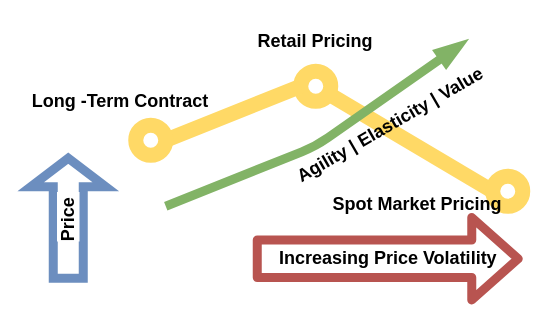
The draw.io diagram Cloud_pricing.drawio in miranda-zhang/draw.io, before the edit. Source tidied: cells renumbered, new cells numbered last; positions are measured from the earlier drawing's top-left corner, leaving out a move shared by most shapes. Both pictures are drawn from the tidied source at 150%, with x=0, y=0 at pixel (30, 26).
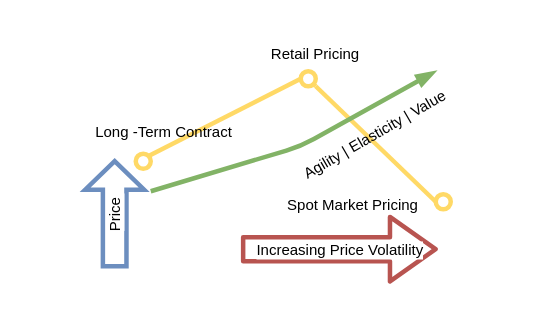
After the change.

What changed in the source:
```diff
@@
+    <mxCell id="16" value="Spot Market Pricing" style="text;html=1;strokeColor=none;fillColor=none;align=center;verticalAlign=middle;whiteSpace=wrap;rounded=0;fontSize=10;fontStyle=0;strokeWidth=3;" parent="1" vertex="1">
+      <mxGeometry x="160" y="107" width="110" height="24" as="geometry" />
+    </mxCell>
+    <mxCell id="10" style="group;fontStyle=0;strokeWidth=3;fontSize=10;" parent="1" vertex="1">
+      <mxGeometry x="30" y="90" width="258" height="70" as="geometry" />
+    </mxCell>
+    <mxCell id="11" value="Price&amp;nbsp;" style="html=1;align=center;verticalAlign=middle;shape=mxgraph.arrows2.arrow;dy=0.6;dx=19;direction=north;notch=0;flipV=0;horizontal=0;fontSize=10;fontStyle=0;rounded=1;labelBackgroundColor=#ffffff;endArrow=classic;endSize=8.33;strokeColor=#6c8ebf;strokeWidth=3;fillColor=none;" parent="10" vertex="1">
+      <mxGeometry x="6.3" width="39.3" height="70" as="geometry" />
+    </mxCell>
+    <mxCell id="12" value="Increasing Price Volatility" style="shape=flexArrow;endArrow=classic;html=1;endWidth=24;endSize=9.14;width=14;fontSize=10;fontStyle=0;fillColor=none;strokeColor=#b85450;strokeWidth=3;" parent="10" edge="1">
+      <mxGeometry relative="1" as="geometry">
+        <mxPoint x="110.1" y="58.6" as="sourcePoint" />
+        <mxPoint x="241.4" y="58.6" as="targetPoint" />
+      </mxGeometry>
+    </mxCell>
-    <mxCell id="2" style="endArrow=none;html=1;fontSize=12;spacing=0;comic=0;strokeWidth=10;strokeColor=#FFD966;fontStyle=1;" parent="1" edge="1" source="4">
+    <mxCell id="2" style="endArrow=none;html=1;fontSize=10;spacing=0;comic=0;strokeWidth=3;strokeColor=#FFD966;fontStyle=0;" parent="1" edge="1" source="4">
       <mxGeometry relative="1" as="geometry">
         <mxPoint x="190" y="40" as="targetPoint" />
       </mxGeometry>
     </mxCell>
-    <mxCell id="3" style="endArrow=none;html=1;fontSize=12;strokeColor=#FFD966;strokeWidth=10;spacing=0;fontStyle=1;entryX=0;entryY=0.5;entryDx=0;entryDy=0;" parent="1" edge="1" target="7">
+    <mxCell id="3" style="endArrow=none;html=1;fontSize=10;strokeColor=#FFD966;strokeWidth=3;spacing=0;fontStyle=0;entryX=0;entryY=0.5;entryDx=0;entryDy=0;" parent="1" edge="1" target="7">
       <mxGeometry relative="1" as="geometry">
         <mxPoint x="190" y="40" as="sourcePoint" />
       </mxGeometry>
     </mxCell>
-    <mxCell id="4" style="ellipse;whiteSpace=wrap;html=1;fontSize=12;rounded=1;strokeColor=#FFD966;strokeWidth=10;labelBackgroundColor=#ffffff;spacing=0;endArrow=none;fontStyle=1;" parent="1" vertex="1">
-      <mxGeometry x="180" y="30" width="20" height="20" as="geometry" />
+    <mxCell id="4" style="ellipse;whiteSpace=wrap;html=1;fontSize=10;rounded=1;strokeColor=#FFD966;strokeWidth=3;labelBackgroundColor=#ffffff;spacing=0;endArrow=none;fontStyle=0;" parent="1" vertex="1">
+      <mxGeometry x="180" y="30" width="10" height="10" as="geometry" />
     </mxCell>
-    <mxCell id="5" style="endArrow=none;html=1;fontSize=12;spacing=0;comic=0;strokeWidth=10;strokeColor=#FFD966;fontStyle=1;entryX=0;entryY=0.5;entryDx=0;entryDy=0;exitX=1;exitY=0.5;exitDx=0;exitDy=0;" parent="1" edge="1" source="6" target="4">
+    <mxCell id="5" style="endArrow=none;html=1;fontSize=10;spacing=0;comic=0;strokeWidth=3;strokeColor=#FFD966;fontStyle=0;entryX=0;entryY=0.5;entryDx=0;entryDy=0;exitX=1;exitY=0;exitDx=0;exitDy=0;" parent="1" edge="1" source="6" target="4">
       <mxGeometry relative="1" as="geometry" />
     </mxCell>
-    <mxCell id="6" style="ellipse;whiteSpace=wrap;html=1;fontSize=12;rounded=1;strokeColor=#FFD966;strokeWidth=10;labelBackgroundColor=#ffffff;spacing=0;endArrow=none;fontStyle=1;" parent="1" vertex="1">
-      <mxGeometry x="70" y="66" width="20" height="20" as="geometry" />
+    <mxCell id="6" style="ellipse;whiteSpace=wrap;html=1;fontSize=10;rounded=1;strokeColor=#FFD966;strokeWidth=3;labelBackgroundColor=#ffffff;spacing=0;endArrow=none;fontStyle=0;" parent="1" vertex="1">
+      <mxGeometry x="70" y="85" width="10" height="10" as="geometry" />
     </mxCell>
-    <mxCell id="7" style="ellipse;whiteSpace=wrap;html=1;fontSize=12;rounded=1;strokeColor=#FFD966;strokeWidth=10;labelBackgroundColor=#ffffff;spacing=0;endArrow=none;fontStyle=1;" parent="1" vertex="1">
-      <mxGeometry x="308" y="100" width="20" height="20" as="geometry" />
+    <mxCell id="7" style="ellipse;whiteSpace=wrap;html=1;fontSize=10;rounded=1;strokeColor=#FFD966;strokeWidth=3;labelBackgroundColor=#ffffff;spacing=0;endArrow=none;fontStyle=0;" parent="1" vertex="1">
+      <mxGeometry x="270" y="112" width="10" height="10" as="geometry" />
     </mxCell>
-    <mxCell id="8" value="Agility | Elasticity | Value" style="text;html=1;strokeColor=none;fillColor=none;align=center;verticalAlign=middle;whiteSpace=wrap;rounded=0;fontSize=12;rotation=-30;fontStyle=1;" parent="1" vertex="1">
-      <mxGeometry x="165" y="56" width="150" height="20" as="geometry" />
+    <mxCell id="8" value="Agility | Elasticity | Value" style="text;html=1;strokeColor=none;fillColor=none;align=center;verticalAlign=middle;whiteSpace=wrap;rounded=0;fontSize=10;rotation=-30;fontStyle=0;strokeWidth=3;" parent="1" vertex="1">
+      <mxGeometry x="167" y="62" width="125" height="20" as="geometry" />
     </mxCell>
-    <mxCell id="9" value="Long -Term Contract" style="text;html=1;strokeColor=none;fillColor=none;align=center;verticalAlign=middle;whiteSpace=wrap;rounded=0;fontSize=12;fontStyle=1;" parent="1" vertex="1">
-      <mxGeometry y="40" width="120" height="20" as="geometry" />
+    <mxCell id="9" value="Long -Term Contract" style="text;html=1;strokeColor=none;fillColor=none;align=center;verticalAlign=middle;whiteSpace=wrap;rounded=0;fontSize=10;fontStyle=0;strokeWidth=3;" parent="1" vertex="1">
+      <mxGeometry x="40" y="60" width="98" height="20" as="geometry" />
     </mxCell>
-    <mxCell id="10" style="group;fontStyle=1;" parent="1" vertex="1">
-      <mxGeometry y="88" width="328" height="80" as="geometry" />
-    </mxCell>
-    <mxCell id="11" value="Price&amp;nbsp;" style="html=1;align=center;verticalAlign=middle;shape=mxgraph.arrows2.arrow;dy=0.6;dx=19;direction=north;notch=0;flipV=0;horizontal=0;fontSize=12;fontStyle=1;rounded=1;labelBackgroundColor=#ffffff;endArrow=classic;endSize=8.33;strokeColor=#6c8ebf;strokeWidth=6;fillColor=#FFFFFF;" parent="10" vertex="1">
-      <mxGeometry width="50" height="80" as="geometry" />
-    </mxCell>
-    <mxCell id="12" value="Increasing Price Volatility" style="shape=flexArrow;endArrow=classic;html=1;endWidth=24;endSize=8.33;width=20;fontSize=12;fontStyle=1;fillColor=#FFFFFF;strokeColor=#b85450;strokeWidth=6;" parent="10" edge="1">
-      <mxGeometry relative="1" as="geometry">
-        <mxPoint x="148" y="67" as="sourcePoint" />
-        <mxPoint x="328" y="67" as="targetPoint" />
-      </mxGeometry>
-    </mxCell>
-    <mxCell id="13" style="group;fontStyle=1;" parent="1" vertex="1">
+    <mxCell id="13" style="group;fontStyle=0;strokeWidth=3;fontSize=10;" parent="1" vertex="1">
       <mxGeometry x="140" width="100" height="70" as="geometry" />
     </mxCell>
-    <mxCell id="14" value="Retail Pricing" style="text;html=1;strokeColor=none;fillColor=none;align=center;verticalAlign=middle;whiteSpace=wrap;rounded=0;fontSize=12;fontStyle=1;" parent="13" vertex="1">
-      <mxGeometry width="100" height="20" as="geometry" />
+    <mxCell id="14" value="Retail Pricing" style="text;html=1;strokeColor=none;fillColor=none;align=center;verticalAlign=middle;whiteSpace=wrap;rounded=0;fontSize=10;fontStyle=0;strokeWidth=3;" parent="13" vertex="1">
+      <mxGeometry y="8" width="100" height="20" as="geometry" />
     </mxCell>
-    <mxCell id="15" style="endArrow=blockThin;html=1;strokeColor=#82b366;strokeWidth=6;fillColor=#d5e8d4;fontSize=12;endFill=1;fontStyle=1;" parent="13" edge="1">
+    <mxCell id="15" style="endArrow=blockThin;html=1;strokeColor=#82b366;strokeWidth=3;fillColor=#d5e8d4;fontSize=10;endFill=1;fontStyle=0;" parent="13" edge="1">
       <mxGeometry relative="1" as="geometry">
-        <mxPoint x="-50" y="120" as="sourcePoint" />
-        <mxPoint x="150" y="10" as="targetPoint" />
+        <mxPoint x="-60" y="110" as="sourcePoint" />
+        <mxPoint x="130" y="30" as="targetPoint" />
         <Array as="points">
-          <mxPoint x="50" y="80" />
+          <mxPoint x="40" y="80" />
         </Array>
       </mxGeometry>
     </mxCell>
-    <mxCell id="16" value="Spot Market Pricing" style="text;html=1;strokeColor=none;fillColor=none;align=center;verticalAlign=middle;whiteSpace=wrap;rounded=0;fontSize=12;fontStyle=1;" parent="1" vertex="1">
-      <mxGeometry x="198" y="107" width="120" height="24" as="geometry" />
-    </mxCell>
```
